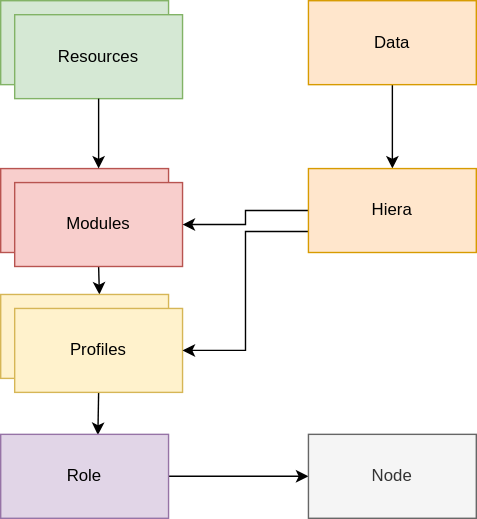
Earlier version of the draw.io export rap.svg (bastelfreak/puppetize2021). Source tidied: cells renumbered, new cells last; positions are measured from the earlier drawing's top-left corner, leaving out a move shared by most shapes.
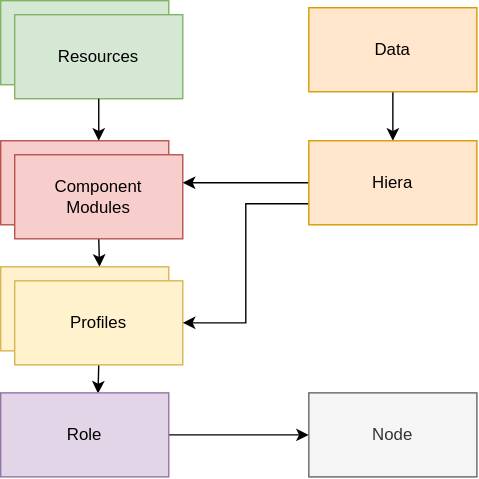
After the change.

Change to the diagram source:
```diff
@@ -3,10 +3,10 @@
     <mxCell id="0" />
     <mxCell id="1" parent="0" />
     <mxCell id="2" style="rounded=0;whiteSpace=wrap;html=1;fillColor=#d5e8d4;strokeColor=#82b366;" parent="1" vertex="1">
-      <mxGeometry width="120" height="60" as="geometry" />
+      <mxGeometry y="20" width="120" height="60" as="geometry" />
     </mxCell>
     <mxCell id="3" value="Resources" style="rounded=0;whiteSpace=wrap;html=1;fillColor=#d5e8d4;strokeColor=#82b366;" parent="1" vertex="1">
-      <mxGeometry x="10" y="10" width="120" height="60" as="geometry" />
+      <mxGeometry x="10" y="30" width="120" height="60" as="geometry" />
     </mxCell>
     <mxCell id="4" style="rounded=0;whiteSpace=wrap;html=1;fillColor=#f8cecc;strokeColor=#b85450;" parent="1" vertex="1">
       <mxGeometry y="120" width="120" height="60" as="geometry" />
@@ -14,7 +14,7 @@
     <mxCell id="5" style="edgeStyle=orthogonalEdgeStyle;rounded=0;jettySize=auto;html=1;exitX=0.5;exitY=1;exitDx=0;exitDy=0;entryX=0.588;entryY=0;entryDx=0;entryDy=0;entryPerimeter=0;" parent="1" edge="1" source="6" target="7">
       <mxGeometry relative="1" as="geometry" />
     </mxCell>
-    <mxCell id="6" value="Modules" style="rounded=0;whiteSpace=wrap;html=1;fillColor=#f8cecc;strokeColor=#b85450;" parent="1" vertex="1">
+    <mxCell id="6" value="Component&lt;br&gt;Modules" style="rounded=0;whiteSpace=wrap;html=1;fillColor=#f8cecc;strokeColor=#b85450;" parent="1" vertex="1">
       <mxGeometry x="10" y="130" width="120" height="60" as="geometry" />
     </mxCell>
     <mxCell id="7" style="rounded=0;whiteSpace=wrap;html=1;fillColor=#fff2cc;strokeColor=#d6b656;" parent="1" vertex="1">
@@ -30,18 +30,18 @@
       <mxGeometry relative="1" as="geometry" />
     </mxCell>
     <mxCell id="11" value="Role" style="rounded=0;whiteSpace=wrap;html=1;fillColor=#e1d5e7;strokeColor=#9673a6;" parent="1" vertex="1">
-      <mxGeometry y="310" width="120" height="60" as="geometry" />
+      <mxGeometry y="300" width="120" height="60" as="geometry" />
     </mxCell>
     <mxCell id="12" style="edgeStyle=orthogonalEdgeStyle;rounded=0;jettySize=auto;html=1;exitX=0.5;exitY=1;exitDx=0;exitDy=0;entryX=0.5;entryY=0;entryDx=0;entryDy=0;" parent="1" edge="1" source="13" target="16">
       <mxGeometry relative="1" as="geometry" />
     </mxCell>
     <mxCell id="13" value="Data" style="rounded=0;whiteSpace=wrap;html=1;fillColor=#ffe6cc;strokeColor=#d79b00;" parent="1" vertex="1">
-      <mxGeometry x="220" width="120" height="60" as="geometry" />
+      <mxGeometry x="220" y="25" width="120" height="60" as="geometry" />
     </mxCell>
-    <mxCell id="14" style="edgeStyle=orthogonalEdgeStyle;rounded=0;jettySize=auto;html=1;exitX=0;exitY=0.5;exitDx=0;exitDy=0;entryX=1;entryY=0.5;entryDx=0;entryDy=0;" parent="1" edge="1" source="16" target="6">
+    <mxCell id="14" style="edgeStyle=orthogonalEdgeStyle;rounded=0;jettySize=auto;html=1;exitX=0;exitY=0.75;exitDx=0;exitDy=0;entryX=1;entryY=0.5;entryDx=0;entryDy=0;" parent="1" edge="1" source="16" target="9">
       <mxGeometry relative="1" as="geometry" />
     </mxCell>
-    <mxCell id="15" style="edgeStyle=orthogonalEdgeStyle;rounded=0;jettySize=auto;html=1;exitX=0;exitY=0.75;exitDx=0;exitDy=0;entryX=1;entryY=0.5;entryDx=0;entryDy=0;" parent="1" edge="1" source="16" target="9">
+    <mxCell id="15" style="edgeStyle=orthogonalEdgeStyle;rounded=0;jettySize=auto;html=1;exitX=0;exitY=0.5;exitDx=0;exitDy=0;entryX=1;entryY=0.332;entryDx=0;entryDy=0;entryPerimeter=0;" parent="1" edge="1" source="16" target="6">
       <mxGeometry relative="1" as="geometry" />
     </mxCell>
     <mxCell id="16" value="Hiera" style="rounded=0;whiteSpace=wrap;html=1;fillColor=#ffe6cc;strokeColor=#d79b00;" parent="1" vertex="1">
@@ -53,7 +53,7 @@
       </mxGeometry>
     </mxCell>
     <mxCell id="18" value="Node" style="rounded=0;whiteSpace=wrap;html=1;fillColor=#f5f5f5;strokeColor=#666666;fontColor=#333333;" parent="1" vertex="1">
-      <mxGeometry x="220" y="310" width="120" height="60" as="geometry" />
+      <mxGeometry x="220" y="300" width="120" height="60" as="geometry" />
     </mxCell>
   </root>
 </mxGraphModel>
```
